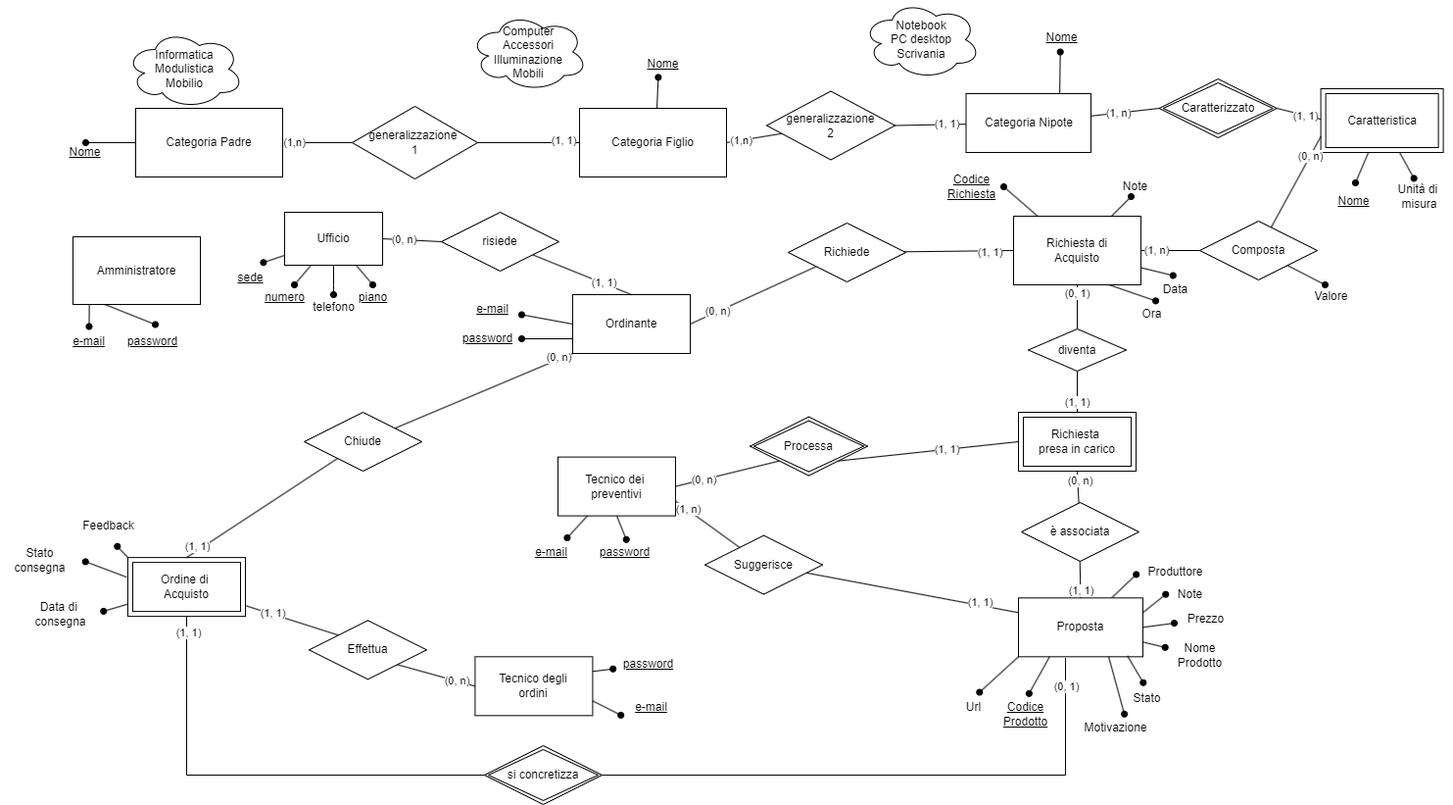
Mik1810/web_engineering keeps this draw.io diagram as docs/ERR_WE.drawio.png. Above is the earlier version. Source tidied: cells renumbered, new cells last; positions are measured from the earlier drawing's top-left corner, leaving out a move shared by most shapes.
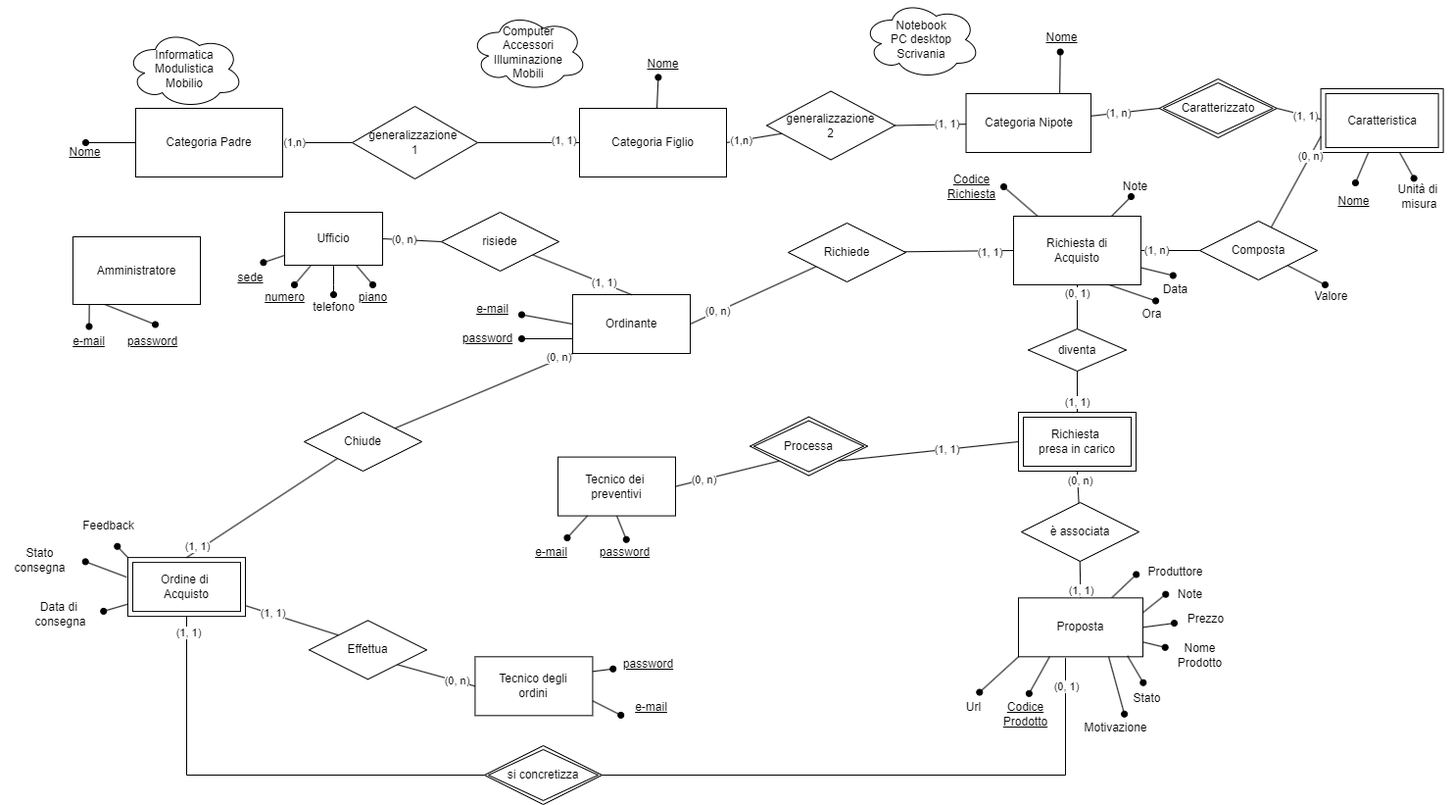
The same diagram one commit later.

Commit message:
Added sql script to create tables, began the population, updated diagrams and model

Diff of the diagram source:
```diff
@@ -175,23 +175,6 @@
     <mxCell id="54" value="&lt;u&gt;password&lt;/u&gt;" style="text;html=1;align=center;verticalAlign=middle;points=[];strokeColor=none;fillColor=none;" parent="1" vertex="1">
       <mxGeometry x="120" y="332.5" width="70" height="30" as="geometry" />
     </mxCell>
-    <mxCell id="55" style="rounded=0;jettySize=auto;html=1;entryX=0;entryY=0.25;entryDx=0;entryDy=0;endArrow=none;endFill=0;" parent="1" edge="1" source="57" target="32">
-      <mxGeometry relative="1" as="geometry" />
-    </mxCell>
-    <mxCell id="56" value="(1, 1)" style="edgeLabel;html=1;align=center;verticalAlign=middle;" parent="55" vertex="1">
-      <mxGeometry x="0.64" y="2" relative="1" as="geometry">
-        <mxPoint y="-1" as="offset" />
-      </mxGeometry>
-    </mxCell>
-    <mxCell id="57" value="Suggerisce" style="shape=rhombus;perimeter=rhombusPerimeter;whiteSpace=wrap;html=1;align=center;" parent="1" vertex="1">
-      <mxGeometry x="719" y="545.6" width="120" height="60" as="geometry" />
-    </mxCell>
-    <mxCell id="58" style="endArrow=none;html=1;rounded=0;entryX=1;entryY=0.75;entryDx=0;entryDy=0;" parent="1" edge="1" source="57" target="78">
-      <mxGeometry relative="1" as="geometry" />
-    </mxCell>
-    <mxCell id="59" value="(1, n)" style="edgeLabel;html=1;align=center;verticalAlign=middle;" parent="58" vertex="1">
-      <mxGeometry x="0.64" y="-1" relative="1" as="geometry" />
-    </mxCell>
     <mxCell id="60" value="&lt;u&gt;Codice&lt;/u&gt;&lt;div&gt;&lt;u&gt;Richiesta&lt;/u&gt;&lt;/div&gt;" style="text;html=1;align=center;verticalAlign=middle;strokeColor=none;fillColor=none;" parent="1" vertex="1">
       <mxGeometry x="956" y="170" width="70" height="40" as="geometry" />
     </mxCell>
```
